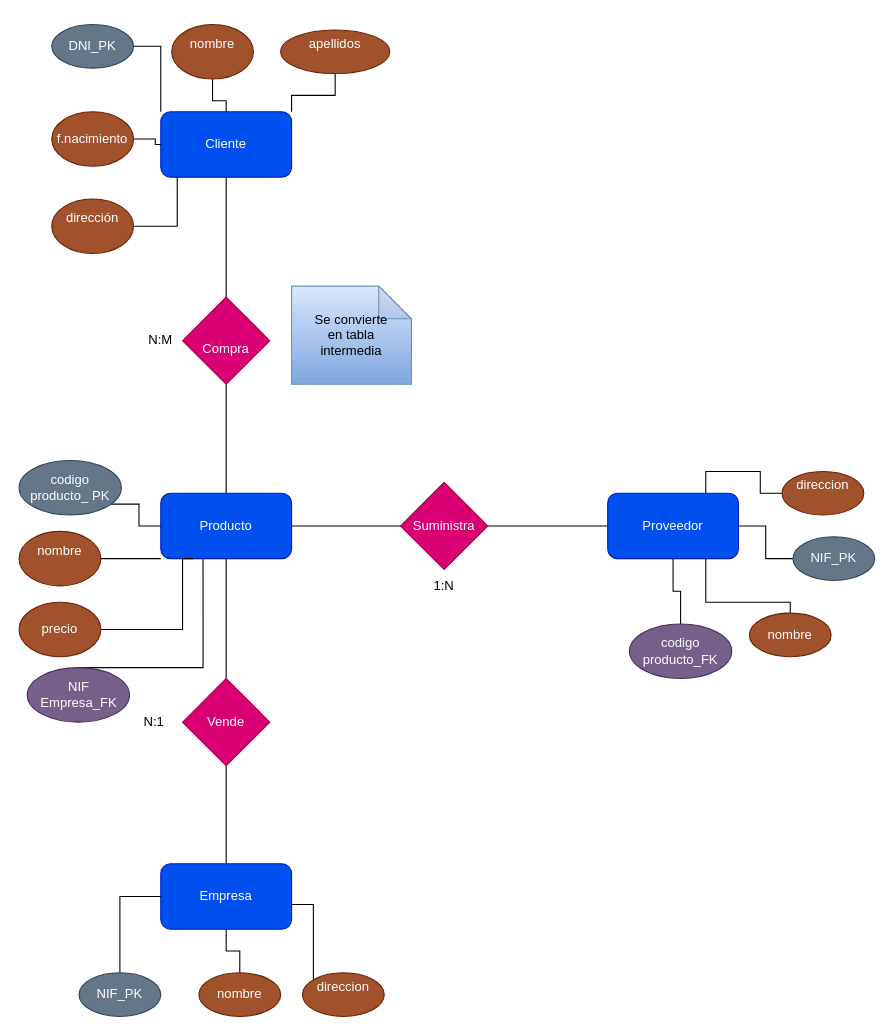
Diego12Avila/DAW-Prometeo keeps this draw.io diagram as BASE DE DATOS/Ejercicios/Ejercico1_Empresa.drawio. Above is the earlier version. Source tidied: cells renumbered, new cells numbered last; positions are measured from the earlier drawing's top-left corner, leaving out a move shared by most shapes. Both pictures are drawn from the tidied source at 109%, with x=0, y=0 at pixel (19, 24).
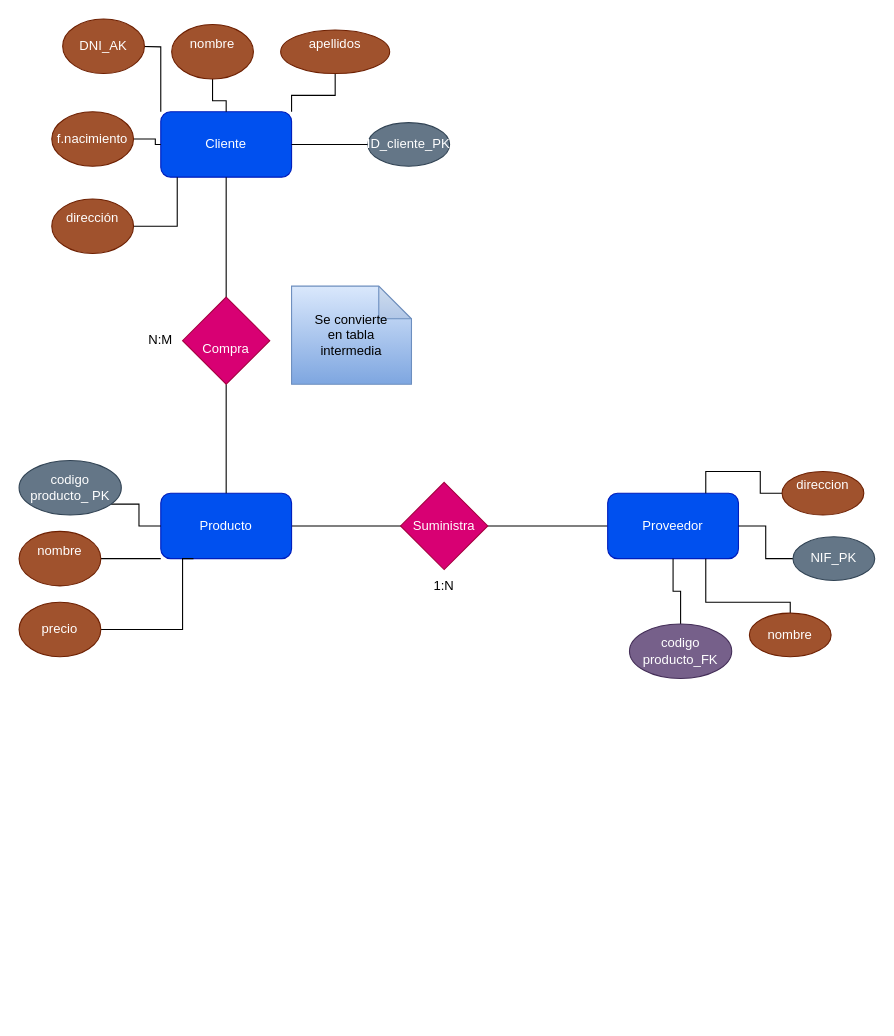
The same diagram, later.

The change refers to these unchanged cells:
```xml
<mxCell id="4" value="Producto" style="rounded=1;whiteSpace=wrap;html=1;roundedPerimeter=1;fillColor=#0050ef;fontColor=#ffffff;strokeColor=#001DBC;" parent="1" vertex="1">
  <mxGeometry x="130" y="430" width="120" height="60" as="geometry" />
</mxCell>
<mxCell id="8" value="Cliente" style="rounded=1;whiteSpace=wrap;html=1;roundedPerimeter=1;fillColor=#0050ef;fontColor=#ffffff;strokeColor=#001DBC;" parent="1" vertex="1">
  <mxGeometry x="130" y="80" width="120" height="60" as="geometry" />
</mxCell>
```

Diff of the diagram source:
```diff
@@
-    <mxCell id="5" style="edgeStyle=orthogonalEdgeStyle;rounded=0;jettySize=auto;html=1;defaultLabelBackgroundColor=page;endArrow=none;endFill=0;" parent="1" edge="1" source="6" target="4">
-      <mxGeometry relative="1" as="geometry" />
-    </mxCell>
-    <mxCell id="6" value="Empresa" style="rounded=1;whiteSpace=wrap;html=1;roundedPerimeter=1;fillColor=#0050ef;fontColor=#ffffff;strokeColor=#001DBC;" parent="1" vertex="1">
-      <mxGeometry x="130" y="770" width="120" height="60" as="geometry" />
-    </mxCell>
@@
-    <mxCell id="9" style="edgeStyle=orthogonalEdgeStyle;rounded=0;jettySize=auto;html=1;entryX=0;entryY=0;entryDx=0;entryDy=0;defaultLabelBackgroundColor=page;endArrow=none;endFill=0;" parent="1" edge="1" source="10" target="8">
-      <mxGeometry relative="1" as="geometry" />
+    <mxCell id="9" style="edgeStyle=orthogonalEdgeStyle;rounded=0;jettySize=auto;html=1;entryX=0;entryY=0;entryDx=0;entryDy=0;defaultLabelBackgroundColor=page;endArrow=none;endFill=0;" parent="1" edge="1" target="8">
+      <mxGeometry relative="1" as="geometry">
+        <mxPoint x="105" y="20" as="sourcePoint" />
+      </mxGeometry>
     </mxCell>
-    <mxCell id="10" value="DNI_PK" style="ellipse;whiteSpace=wrap;html=1;shapeInside=1;fillColor=#647687;fontColor=#ffffff;strokeColor=#314354;" parent="1" vertex="1">
-      <mxGeometry x="30" width="75" height="40" as="geometry" />
-    </mxCell>
@@
-    <mxCell id="39" value="Vende" style="rhombus;whiteSpace=wrap;html=1;shapeInside=1;fillColor=#d80073;fontColor=#ffffff;strokeColor=#A50040;" parent="1" vertex="1">
-      <mxGeometry x="150" y="600" width="80" height="80" as="geometry" />
-    </mxCell>
-    <mxCell id="40" value="N:1" style="text;html=1;whiteSpace=wrap;strokeColor=none;fillColor=none;align=center;verticalAlign=middle;rounded=0;" parent="1" vertex="1">
-      <mxGeometry x="93.8" y="625" width="60" height="30" as="geometry" />
-    </mxCell>
-    <mxCell id="41" style="edgeStyle=orthogonalEdgeStyle;rounded=0;jettySize=auto;html=1;entryX=0;entryY=0.5;entryDx=0;entryDy=0;defaultLabelBackgroundColor=page;endArrow=none;endFill=0;" parent="1" edge="1" source="42" target="6">
-      <mxGeometry relative="1" as="geometry" />
-    </mxCell>
-    <mxCell id="42" value="NIF_PK" style="ellipse;whiteSpace=wrap;html=1;shapeInside=1;fillColor=#647687;fontColor=#ffffff;strokeColor=#314354;" parent="1" vertex="1">
-      <mxGeometry x="55" y="870" width="75" height="40" as="geometry" />
-    </mxCell>
-    <mxCell id="43" style="edgeStyle=orthogonalEdgeStyle;rounded=0;jettySize=auto;html=1;defaultLabelBackgroundColor=page;endArrow=none;endFill=0;" parent="1" edge="1" source="44" target="6">
-      <mxGeometry x="-0.01" relative="1" as="geometry" />
-    </mxCell>
-    <mxCell id="44" value="nombre" style="ellipse;whiteSpace=wrap;html=1;shapeInside=1;fillColor=#a0522d;fontColor=#ffffff;strokeColor=#6D1F00;" parent="1" vertex="1">
-      <mxGeometry x="165" y="870" width="75" height="40" as="geometry" />
-    </mxCell>
-    <mxCell id="45" style="edgeStyle=orthogonalEdgeStyle;rounded=0;jettySize=auto;html=1;entryX=0.997;entryY=0.621;entryDx=0;entryDy=0;defaultLabelBackgroundColor=page;endArrow=none;endFill=0;" parent="1" edge="1" source="46" target="6">
-      <mxGeometry x="0.01" relative="1" as="geometry">
-        <Array as="points">
-          <mxPoint x="270" y="807.3" />
-        </Array>
-      </mxGeometry>
-    </mxCell>
-    <mxCell id="46" value="direccion&lt;div&gt;&lt;br/&gt;&lt;/div&gt;" style="ellipse;whiteSpace=wrap;html=1;shapeInside=1;fillColor=#a0522d;fontColor=#ffffff;strokeColor=#6D1F00;" parent="1" vertex="1">
-      <mxGeometry x="260" y="870" width="75" height="40" as="geometry" />
-    </mxCell>
-    <mxCell id="47" style="edgeStyle=orthogonalEdgeStyle;rounded=0;jettySize=auto;html=1;entryX=0.329;entryY=0.983;entryDx=0;entryDy=0;defaultLabelBackgroundColor=page;endArrow=none;endFill=0;" parent="1" edge="1" source="48" target="4">
-      <mxGeometry x="0.1" relative="1" as="geometry">
-        <Array as="points">
-          <mxPoint x="168.8" y="590" />
-        </Array>
-      </mxGeometry>
-    </mxCell>
-    <mxCell id="48" value="NIF Empresa_FK" style="ellipse;whiteSpace=wrap;html=1;shapeInside=1;fillColor=#76608a;fontColor=#ffffff;strokeColor=#432D57;" parent="1" vertex="1">
-      <mxGeometry x="7.5" y="590" width="93.8" height="50" as="geometry" />
-    </mxCell>
+    <mxCell id="49" style="edgeStyle=orthogonalEdgeStyle;rounded=0;jettySize=auto;html=1;defaultLabelBackgroundColor=page;endArrow=none;endFill=0;" parent="1" edge="1" source="50" target="8">
+      <mxGeometry relative="1" as="geometry" />
+    </mxCell>
+    <mxCell id="50" value="ID_cliente_PK" style="ellipse;whiteSpace=wrap;html=1;shapeInside=1;fillColor=#647687;fontColor=#ffffff;strokeColor=#314354;" parent="1" vertex="1">
+      <mxGeometry x="320" y="90" width="75" height="40" as="geometry" />
+    </mxCell>
+    <mxCell id="51" value="&lt;div&gt;DNI_AK&lt;/div&gt;" style="ellipse;whiteSpace=wrap;html=1;shapeInside=1;fillColor=#a0522d;fontColor=#ffffff;strokeColor=#6D1F00;" parent="1" vertex="1">
+      <mxGeometry x="40" y="-5" width="75" height="50" as="geometry" />
+    </mxCell>
```
